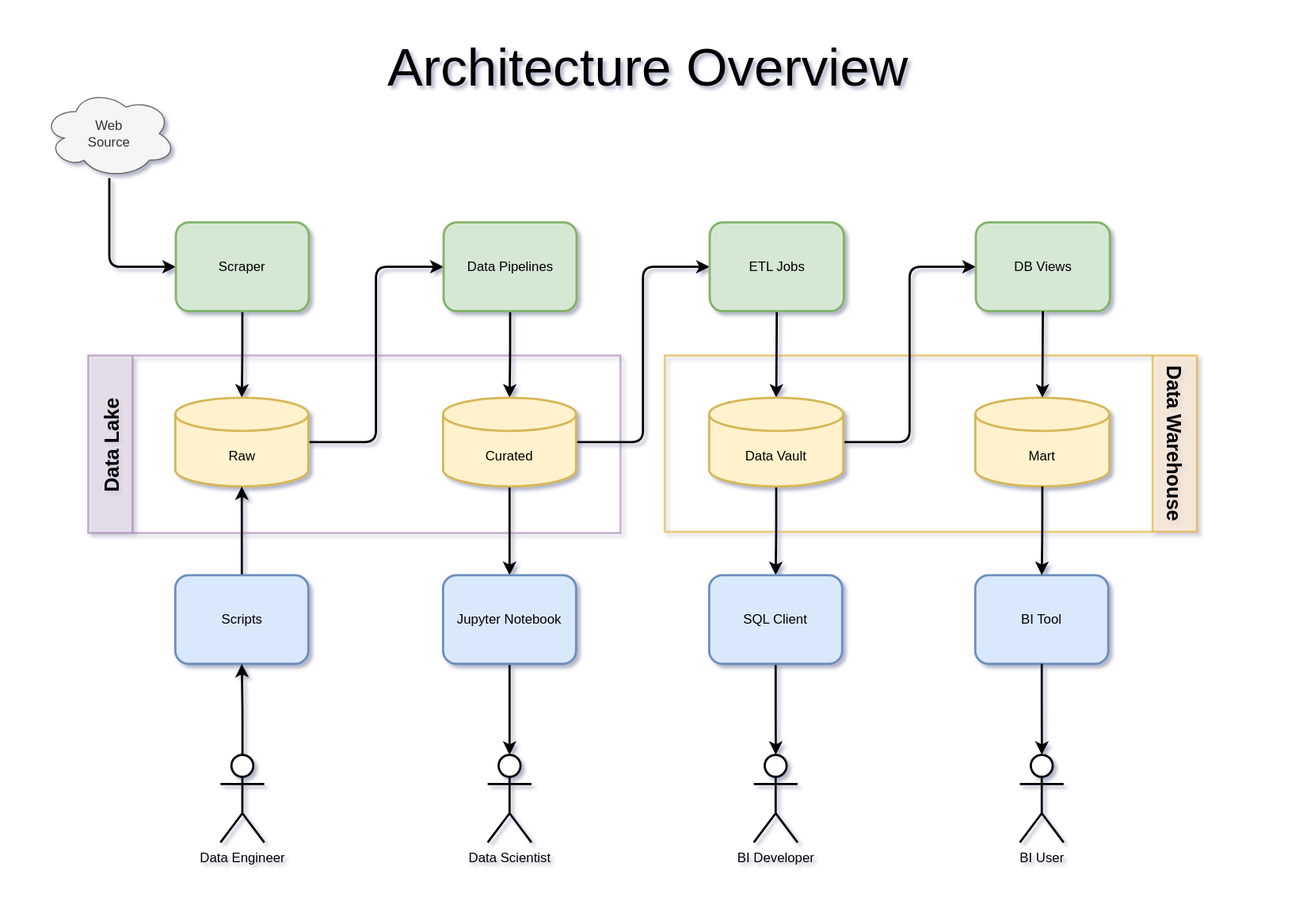
Before: doc/architecture-overview.drawio.svg, a diagram exported from draw.io (petracarrion/job-market-analytics). Source tidied: cells renumbered, new cells last; positions are measured from the earlier drawing's top-left corner, leaving out a move shared by most shapes.
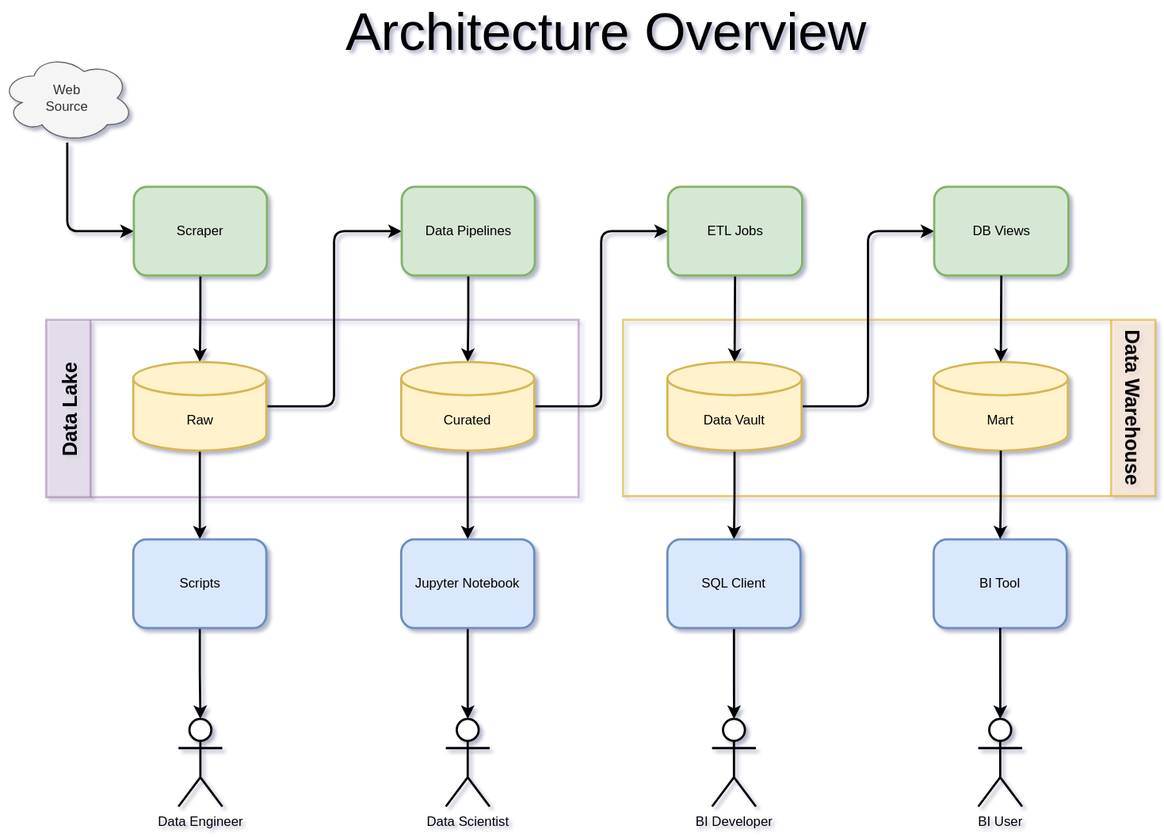
After the commit.

The edit, as a diff of the source:
```diff
@@ -23,6 +23,9 @@
     <mxCell id="8" style="edgeStyle=orthogonalEdgeStyle;rounded=1;jettySize=auto;html=1;entryX=0;entryY=0.5;entryDx=0;entryDy=0;strokeWidth=2;" parent="1" edge="1" source="9" target="11">
       <mxGeometry relative="1" as="geometry" />
     </mxCell>
+    <mxCell id="38" style="edgeStyle=orthogonalEdgeStyle;rounded=0;jettySize=auto;html=1;entryX=0.5;entryY=0;entryDx=0;entryDy=0;strokeWidth=2;" parent="1" edge="1" source="9" target="28">
+      <mxGeometry relative="1" as="geometry" />
+    </mxCell>
     <mxCell id="9" value="Raw" style="shape=cylinder3;whiteSpace=wrap;html=1;boundedLbl=1;backgroundOutline=1;size=15;fillColor=#fff2cc;strokeColor=#d6b656;strokeWidth=2;perimeterSpacing=0;" parent="1" vertex="1">
       <mxGeometry x="119.5" y="318" width="120" height="80" as="geometry" />
     </mxCell>
@@ -77,15 +80,12 @@
     <mxCell id="26" value="Data Scientist" style="shape=umlActor;verticalLabelPosition=bottom;verticalAlign=top;html=1;outlineConnect=0;strokeWidth=2;" parent="1" vertex="1">
       <mxGeometry x="401.2" y="640" width="39.5" height="79" as="geometry" />
     </mxCell>
-    <mxCell id="27" style="edgeStyle=orthogonalEdgeStyle;rounded=1;jettySize=auto;html=1;entryX=0.5;entryY=1;entryDx=0;entryDy=0;entryPerimeter=0;fontSize=48;strokeWidth=2;" parent="1" edge="1" source="28" target="9">
-      <mxGeometry relative="1" as="geometry" />
-    </mxCell>
+    <mxCell id="39" style="edgeStyle=orthogonalEdgeStyle;rounded=0;jettySize=auto;html=1;entryX=0.5;entryY=0;entryDx=0;entryDy=0;entryPerimeter=0;strokeWidth=2;sourcePerimeterSpacing=0;" parent="1" edge="1" source="28" target="30">
+      <mxGeometry relative="1" as="geometry" />
+    </mxCell>
     <mxCell id="28" value="Scripts" style="rounded=1;whiteSpace=wrap;html=1;fillColor=#dae8fc;strokeColor=#6c8ebf;strokeWidth=2;" parent="1" vertex="1">
       <mxGeometry x="119.5" y="478" width="120" height="80" as="geometry" />
     </mxCell>
-    <mxCell id="29" style="edgeStyle=orthogonalEdgeStyle;rounded=1;jettySize=auto;html=1;fontSize=48;strokeWidth=2;" parent="1" edge="1" source="30" target="28">
-      <mxGeometry relative="1" as="geometry" />
-    </mxCell>
     <mxCell id="30" value="Data Engineer" style="shape=umlActor;verticalLabelPosition=bottom;verticalAlign=top;html=1;outlineConnect=0;strokeWidth=2;" parent="1" vertex="1">
       <mxGeometry x="160.2" y="640" width="39.5" height="79" as="geometry" />
     </mxCell>
```
